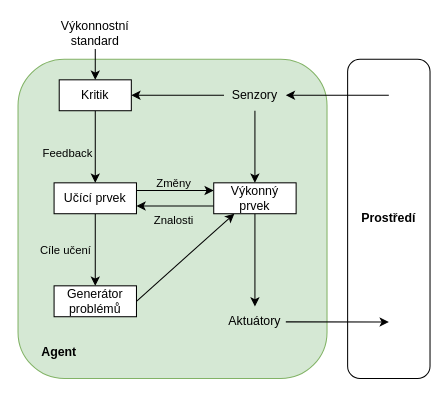
Above: Imgs/Theory-MAS-Learning-Agent.drawio in MartinZelenak/IBT-SmartHome-MAS-Interaction-Prediction (draw.io), before the change. Source tidied: cells renumbered, new cells numbered last; positions are measured from the earlier drawing's top-left corner, leaving out a move shared by most shapes. Both pictures are drawn from the tidied source at 103%, with x=0, y=0 at pixel (18, 18).
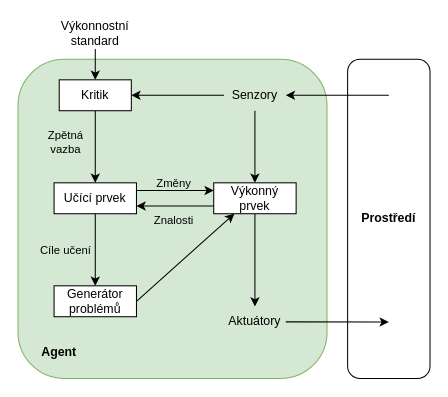
After the change.

Commit message:
Translated a text box in img

Unchanged cells that the change refers to:
```xml
<mxCell id="6" style="edgeStyle=none;html=1;exitX=0.5;exitY=1;exitDx=0;exitDy=0;entryX=0.5;entryY=0;entryDx=0;entryDy=0;" parent="1" edge="1" source="8" target="13">
  <mxGeometry relative="1" as="geometry" />
</mxCell>
```

Diff of the diagram source:
```diff
@@
-    <mxCell id="7" value="Feedback" style="edgeLabel;html=1;align=center;verticalAlign=middle;labelBackgroundColor=none;" parent="6" vertex="1">
+    <mxCell id="7" value="Zpětná &lt;br&gt;vazba" style="edgeLabel;html=1;align=center;verticalAlign=middle;labelBackgroundColor=none;" parent="6" vertex="1">
       <mxGeometry x="0.19" y="-1" relative="1" as="geometry">
-        <mxPoint x="-27" y="-2" as="offset" />
+        <mxPoint x="-29" y="-12" as="offset" />
       </mxGeometry>
     </mxCell>
```
